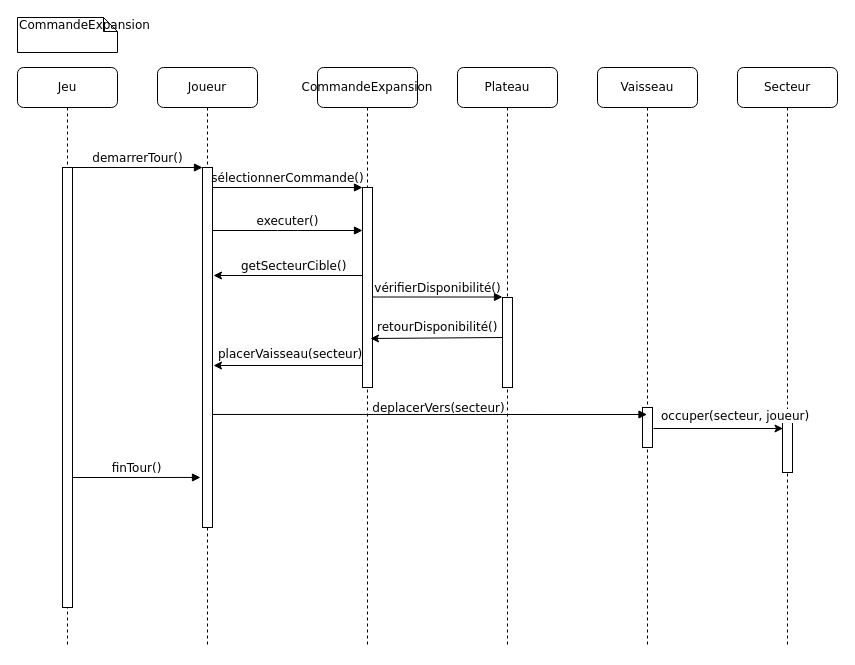
The draw.io diagram page "Expansion" (1 of 4) of diagrammedesequence.drawio in haikll/pocket_imperium_java, before the edit. Source tidied: cells renumbered, new cells numbered last; positions are measured from the earlier drawing's top-left corner, leaving out a move shared by most shapes. Both pictures are drawn from the tidied source at 100%, with x=0, y=0 at pixel (17, 17).
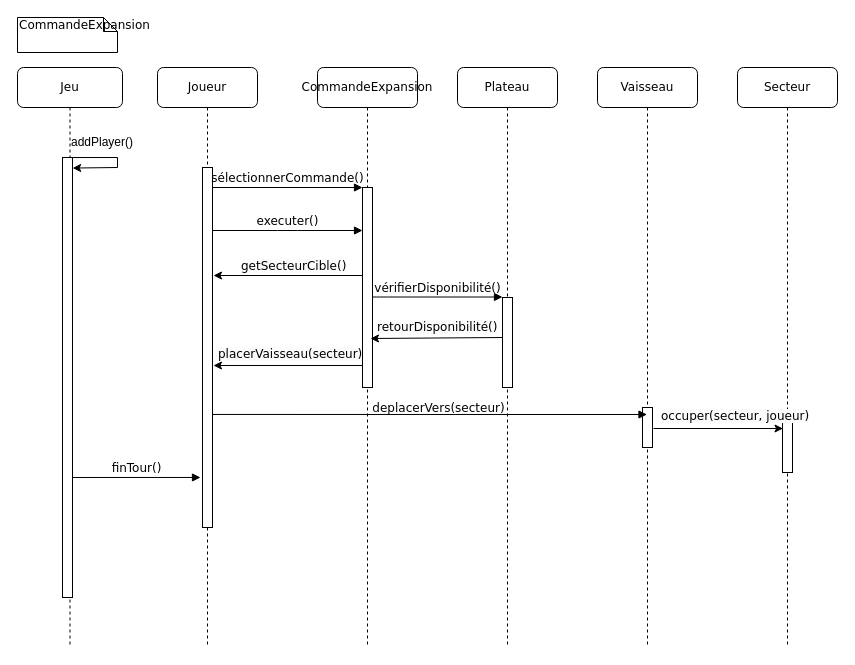
The same diagram, later.

Commit message:
Mettre à jour diagrammedesequence.drawio

The change refers to these unchanged cells:
```xml
<mxCell id="3" style="html=1;points=[];perimeter=orthogonalPerimeter;rounded=0;shadow=0;comic=0;labelBackgroundColor=none;strokeWidth=1;fontFamily=Verdana;fontSize=12;align=center;" parent="2" vertex="1">
  <mxGeometry x="45" y="100" width="10" height="360" as="geometry" />
</mxCell>
```

What changed in the source:
```diff
@@
     <mxCell id="12" value="Jeu" style="shape=umlLifeline;perimeter=lifelinePerimeter;whiteSpace=wrap;html=1;rounded=1;shadow=0;comic=0;labelBackgroundColor=none;strokeWidth=1;fontFamily=Verdana;fontSize=12;align=center;" parent="1" vertex="1">
-      <mxGeometry y="50" width="100" height="580" as="geometry" />
+      <mxGeometry y="50" width="105" height="580" as="geometry" />
     </mxCell>
     <mxCell id="13" style="html=1;points=[];perimeter=orthogonalPerimeter;rounded=0;shadow=0;comic=0;labelBackgroundColor=none;strokeWidth=1;fontFamily=Verdana;fontSize=12;align=center;" parent="12" vertex="1">
-      <mxGeometry x="45" y="100" width="10" height="440" as="geometry" />
+      <mxGeometry x="45" y="90" width="10" height="440" as="geometry" />
     </mxCell>
+    <mxCell id="29" style="endArrow=classic;html=1;rounded=0;entryX=1.015;entryY=0.024;entryDx=0;entryDy=0;entryPerimeter=0;" parent="12" edge="1" target="13">
+      <mxGeometry relative="1" as="geometry">
+        <mxPoint x="55" y="90" as="sourcePoint" />
+        <Array as="points">
+          <mxPoint x="100" y="90" />
+          <mxPoint x="100" y="100" />
+        </Array>
+      </mxGeometry>
+    </mxCell>
+    <mxCell id="30" value="addPlayer()" style="text;html=1;align=center;verticalAlign=middle;whiteSpace=wrap;rounded=0;" parent="12" vertex="1">
+      <mxGeometry x="55" y="60" width="60" height="30" as="geometry" />
+    </mxCell>
@@
-    <mxCell id="17" value="demarrerTour()" style="html=1;verticalAlign=bottom;endArrow=block;entryX=0;entryY=0;labelBackgroundColor=none;fontFamily=Verdana;fontSize=12;edgeStyle=elbowEdgeStyle;elbow=vertical;" parent="1" edge="1" source="13" target="3">
-      <mxGeometry relative="1" as="geometry" />
-    </mxCell>
```
